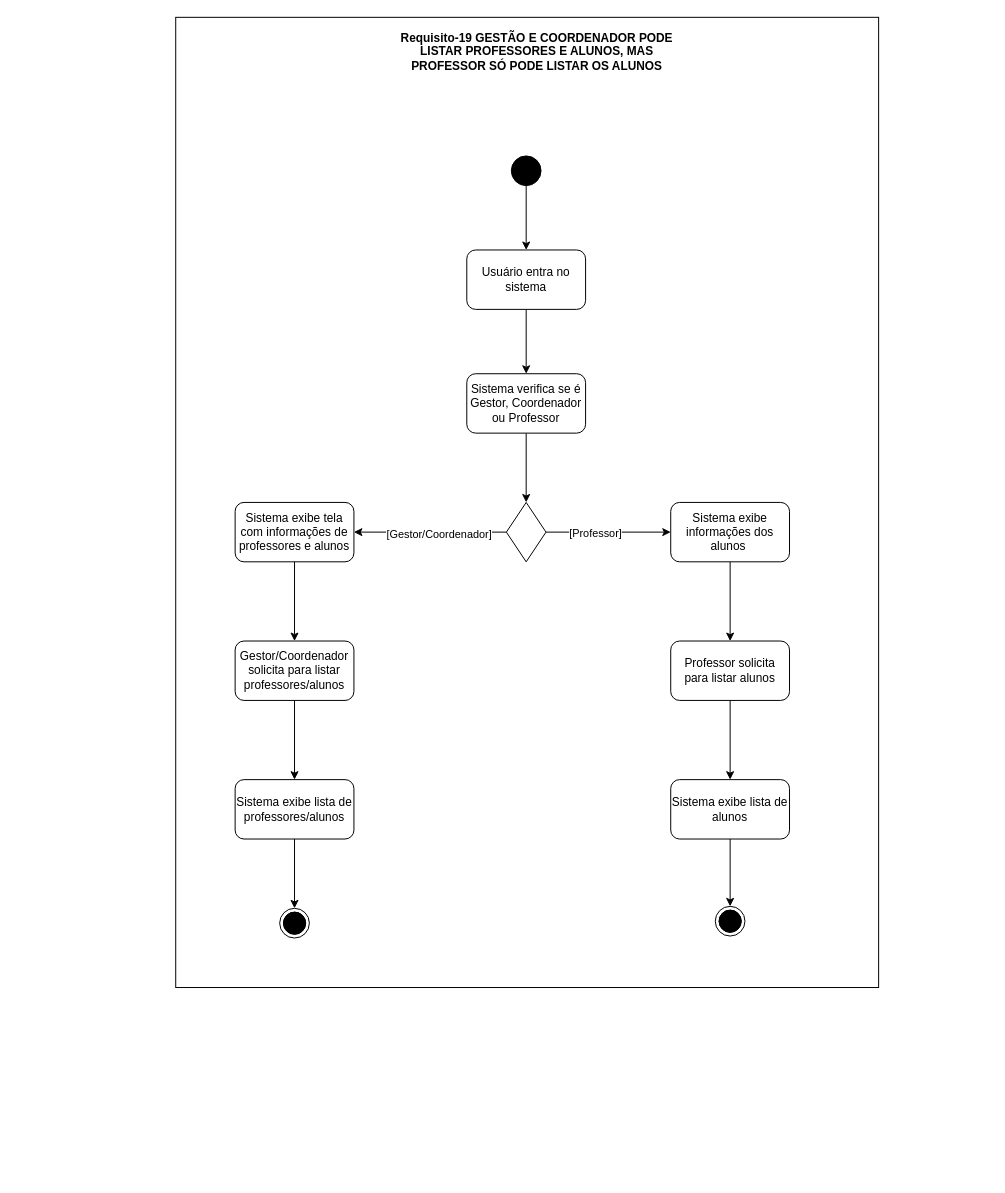
LizReis/An-lise-de-Sistemas keeps this draw.io diagram as Requisito-19.drawio. Above is the earlier version. Source tidied: cells renumbered, new cells numbered last; positions are measured from the earlier drawing's top-left corner, leaving out a move shared by most shapes. Both pictures are drawn from the tidied source at 99%, with x=0, y=0 at pixel (175, 17).
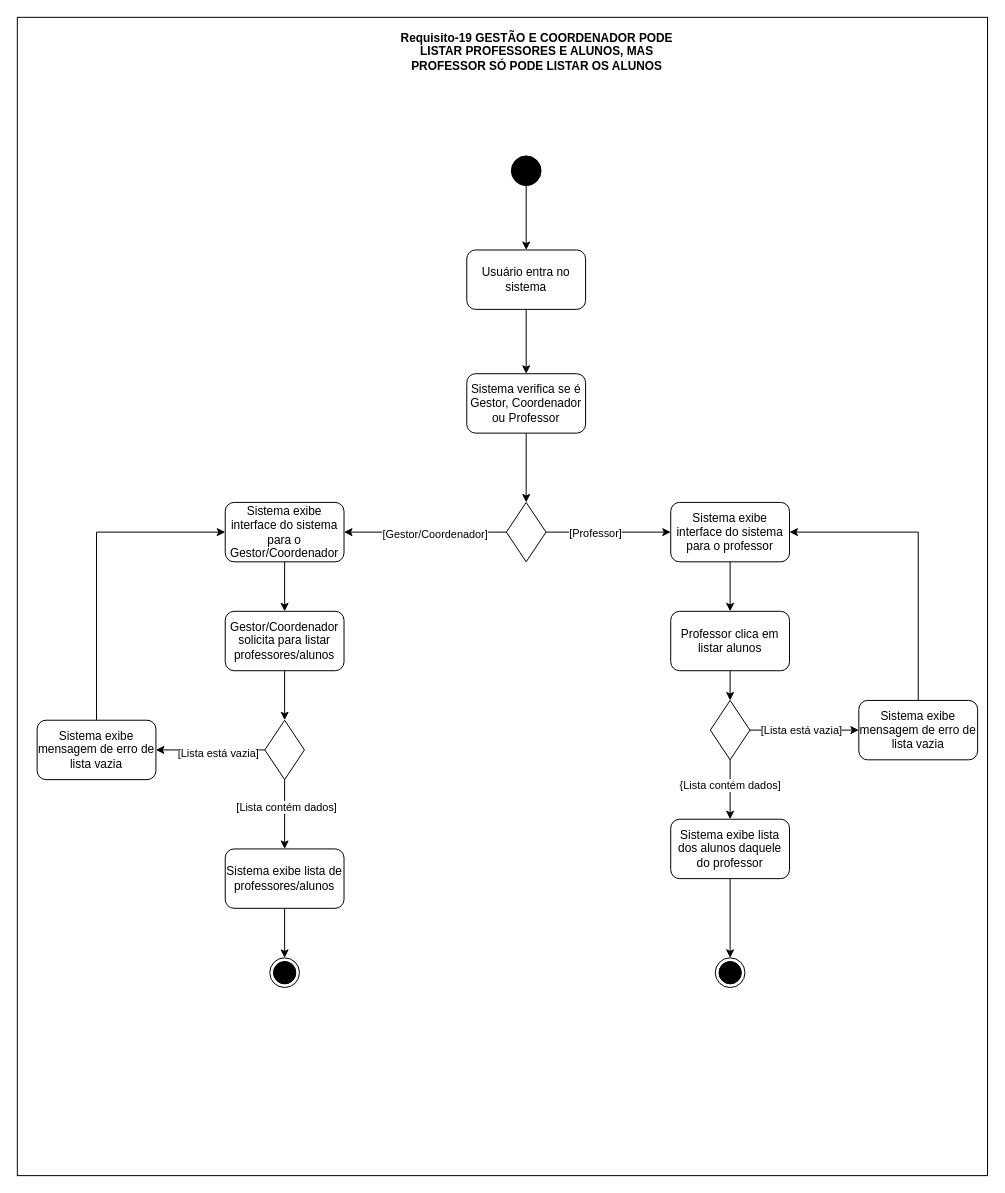
The same diagram, later.

Unchanged cells that the change refers to:
```xml
<mxCell id="14" style="rhombus;whiteSpace=wrap;html=1;" parent="1" vertex="1">
  <mxGeometry x="334" y="490" width="40" height="60" as="geometry" />
</mxCell>
<mxCell id="31" style="ellipse;shape=doubleEllipse;whiteSpace=wrap;html=1;fillColor=#FFFFFF;" parent="30" vertex="1">
  <mxGeometry width="30" height="30" as="geometry" />
</mxCell>
```

The edit, as a diff of the source:
```diff
@@
     <mxCell id="2" style="rounded=0;whiteSpace=wrap;html=1;" parent="1" vertex="1">
-      <mxGeometry width="710" height="980" as="geometry" />
+      <mxGeometry x="-160" width="980" height="1170" as="geometry" />
     </mxCell>
@@
-    <mxCell id="12" style="edgeStyle=orthogonalEdgeStyle;rounded=0;jettySize=auto;html=1;exitX=0;exitY=0.5;exitDx=0;exitDy=0;" parent="1" edge="1" source="14" target="18">
+    <mxCell id="12" style="edgeStyle=orthogonalEdgeStyle;rounded=0;jettySize=auto;html=1;exitX=0;exitY=0.5;exitDx=0;exitDy=0;entryX=1;entryY=0.5;entryDx=0;entryDy=0;" parent="1" edge="1" source="14" target="37">
       <mxGeometry relative="1" as="geometry" />
     </mxCell>
@@
-    <mxCell id="16" value="Sistema exibe informações dos alunos&amp;nbsp;" style="whiteSpace=wrap;html=1;fillColor=#FFFFFF;rounded=1;" parent="1" vertex="1">
+    <mxCell id="16" value="Sistema exibe interface do sistema para o professor" style="whiteSpace=wrap;html=1;fillColor=#FFFFFF;rounded=1;" parent="1" vertex="1">
       <mxGeometry x="500" y="490" width="120" height="60" as="geometry" />
     </mxCell>
-    <mxCell id="17" style="edgeStyle=orthogonalEdgeStyle;rounded=0;jettySize=auto;html=1;" parent="1" edge="1" source="18" target="20">
+    <mxCell id="17" style="edgeStyle=orthogonalEdgeStyle;rounded=0;jettySize=auto;html=1;exitX=0.5;exitY=1;exitDx=0;exitDy=0;exitPerimeter=0;" parent="1" edge="1" source="37" target="20">
       <mxGeometry relative="1" as="geometry" />
     </mxCell>
-    <mxCell id="18" value="Sistema exibe tela com informações de professores e alunos" style="whiteSpace=wrap;html=1;fillColor=#FFFFFF;rounded=1;" parent="1" vertex="1">
-      <mxGeometry x="60" y="490" width="120" height="60" as="geometry" />
-    </mxCell>
-    <mxCell id="19" style="edgeStyle=orthogonalEdgeStyle;rounded=0;jettySize=auto;html=1;" parent="1" edge="1" source="20" target="24">
-      <mxGeometry relative="1" as="geometry" />
-    </mxCell>
+    <mxCell id="33" style="edgeStyle=orthogonalEdgeStyle;rounded=0;jettySize=auto;html=1;exitX=0.5;exitY=1;exitDx=0;exitDy=0;entryX=0.5;entryY=0;entryDx=0;entryDy=0;" parent="1" edge="1" source="20" target="42">
+      <mxGeometry relative="1" as="geometry" />
+    </mxCell>
     <mxCell id="20" value="Gestor/Coordenador solicita para listar professores/alunos" style="whiteSpace=wrap;html=1;fillColor=#FFFFFF;rounded=1;" parent="1" vertex="1">
-      <mxGeometry x="60" y="630" width="120" height="60" as="geometry" />
+      <mxGeometry x="50" y="600" width="120" height="60" as="geometry" />
     </mxCell>
-    <mxCell id="21" style="edgeStyle=orthogonalEdgeStyle;rounded=0;jettySize=auto;html=1;" parent="1" edge="1" source="22" target="29">
-      <mxGeometry relative="1" as="geometry" />
-    </mxCell>
+    <mxCell id="34" style="edgeStyle=orthogonalEdgeStyle;rounded=0;jettySize=auto;html=1;exitX=0.5;exitY=1;exitDx=0;exitDy=0;entryX=0.5;entryY=0;entryDx=0;entryDy=0;" parent="1" edge="1" source="22" target="49">
+      <mxGeometry relative="1" as="geometry" />
+    </mxCell>
-    <mxCell id="22" value="Professor solicita para listar alunos" style="whiteSpace=wrap;html=1;fillColor=#FFFFFF;rounded=1;" parent="1" vertex="1">
-      <mxGeometry x="500" y="630" width="120" height="60" as="geometry" />
+    <mxCell id="22" value="Professor clica em listar alunos" style="whiteSpace=wrap;html=1;fillColor=#FFFFFF;rounded=1;" parent="1" vertex="1">
+      <mxGeometry x="500" y="600" width="120" height="60" as="geometry" />
     </mxCell>
@@
     <mxCell id="24" value="Sistema exibe lista de professores/alunos" style="whiteSpace=wrap;html=1;fillColor=#FFFFFF;rounded=1;" parent="1" vertex="1">
-      <mxGeometry x="60" y="770" width="120" height="60" as="geometry" />
+      <mxGeometry x="50" y="840" width="120" height="60" as="geometry" />
     </mxCell>
     <mxCell id="25" style="group;" parent="1" vertex="1">
-      <mxGeometry x="105" y="900" width="30" height="30" as="geometry" />
+      <mxGeometry x="95" y="950" width="30" height="30" as="geometry" />
     </mxCell>
@@
-    <mxCell id="28" style="edgeStyle=orthogonalEdgeStyle;rounded=0;jettySize=auto;html=1;exitX=0.5;exitY=1;exitDx=0;exitDy=0;entryX=0.5;entryY=0;entryDx=0;entryDy=0;" parent="1" edge="1" source="29" target="31">
-      <mxGeometry relative="1" as="geometry" />
-    </mxCell>
-    <mxCell id="29" value="Sistema exibe lista de alunos" style="whiteSpace=wrap;html=1;fillColor=#FFFFFF;rounded=1;" parent="1" vertex="1">
-      <mxGeometry x="500" y="770" width="120" height="60" as="geometry" />
-    </mxCell>
     <mxCell id="30" style="group;" parent="1" vertex="1">
-      <mxGeometry x="545" y="898" width="30" height="30" as="geometry" />
+      <mxGeometry x="545" y="950" width="30" height="30" as="geometry" />
     </mxCell>
@@
+    <mxCell id="35" style="edgeStyle=orthogonalEdgeStyle;rounded=0;jettySize=auto;html=1;entryX=0.5;entryY=0;entryDx=0;entryDy=0;" parent="1" edge="1" source="36" target="31">
+      <mxGeometry relative="1" as="geometry" />
+    </mxCell>
+    <mxCell id="36" value="Sistema exibe lista dos alunos daquele do professor" style="whiteSpace=wrap;html=1;fillColor=#FFFFFF;rounded=1;" parent="1" vertex="1">
+      <mxGeometry x="500" y="810" width="120" height="60" as="geometry" />
+    </mxCell>
+    <mxCell id="37" value="Sistema exibe interface do sistema para o Gestor/Coordenador" style="whiteSpace=wrap;html=1;fillColor=#FFFFFF;rounded=1;" parent="1" vertex="1">
+      <mxGeometry x="50" y="490" width="120" height="60" as="geometry" />
+    </mxCell>
+    <mxCell id="38" style="edgeStyle=orthogonalEdgeStyle;rounded=0;jettySize=auto;html=1;" parent="1" edge="1" source="42" target="44">
+      <mxGeometry relative="1" as="geometry" />
+    </mxCell>
+    <mxCell id="39" value="[Lista está vazia]" style="edgeLabel;html=1;align=center;verticalAlign=middle;" parent="38" vertex="1">
+      <mxGeometry x="-0.12" y="3" relative="1" as="geometry" />
+    </mxCell>
+    <mxCell id="40" style="edgeStyle=orthogonalEdgeStyle;rounded=0;jettySize=auto;html=1;exitX=0.5;exitY=1;exitDx=0;exitDy=0;" parent="1" edge="1" source="42" target="24">
+      <mxGeometry relative="1" as="geometry" />
+    </mxCell>
+    <mxCell id="41" value="[Lista contém dados]" style="edgeLabel;html=1;align=center;verticalAlign=middle;" parent="40" vertex="1">
+      <mxGeometry x="-0.23" y="1" relative="1" as="geometry" />
+    </mxCell>
+    <mxCell id="42" style="rhombus;whiteSpace=wrap;html=1;" parent="1" vertex="1">
+      <mxGeometry x="90" y="710" width="40" height="60" as="geometry" />
+    </mxCell>
+    <mxCell id="43" style="edgeStyle=orthogonalEdgeStyle;rounded=0;jettySize=auto;html=1;exitX=0.5;exitY=0;exitDx=0;exitDy=0;entryX=0;entryY=0.5;entryDx=0;entryDy=0;" parent="1" edge="1" source="44" target="37">
+      <mxGeometry relative="1" as="geometry" />
+    </mxCell>
+    <mxCell id="44" value="Sistema exibe mensagem de erro de lista vazia" style="rounded=1;whiteSpace=wrap;html=1;" parent="1" vertex="1">
+      <mxGeometry x="-140" y="710" width="120" height="60" as="geometry" />
+    </mxCell>
+    <mxCell id="45" style="edgeStyle=orthogonalEdgeStyle;rounded=0;jettySize=auto;html=1;exitX=0.5;exitY=1;exitDx=0;exitDy=0;entryX=0.5;entryY=0;entryDx=0;entryDy=0;" parent="1" edge="1" source="49" target="36">
+      <mxGeometry relative="1" as="geometry" />
+    </mxCell>
+    <mxCell id="46" value="{Lista contém dados]" style="edgeLabel;html=1;align=center;verticalAlign=middle;" parent="45" vertex="1">
+      <mxGeometry x="-0.17" y="-1" relative="1" as="geometry" />
+    </mxCell>
+    <mxCell id="47" style="edgeStyle=orthogonalEdgeStyle;rounded=0;jettySize=auto;html=1;" parent="1" edge="1" source="49" target="51">
+      <mxGeometry relative="1" as="geometry" />
+    </mxCell>
+    <mxCell id="48" value="[Lista está vazia]" style="edgeLabel;html=1;align=center;verticalAlign=middle;" parent="47" vertex="1">
+      <mxGeometry x="-0.07" y="1" relative="1" as="geometry" />
+    </mxCell>
+    <mxCell id="49" style="rhombus;whiteSpace=wrap;html=1;" parent="1" vertex="1">
+      <mxGeometry x="540" y="690" width="40" height="60" as="geometry" />
+    </mxCell>
+    <mxCell id="50" style="edgeStyle=orthogonalEdgeStyle;rounded=0;jettySize=auto;html=1;exitX=0.5;exitY=0;exitDx=0;exitDy=0;entryX=1;entryY=0.5;entryDx=0;entryDy=0;" parent="1" edge="1" source="51" target="16">
+      <mxGeometry relative="1" as="geometry" />
+    </mxCell>
+    <mxCell id="51" value="Sistema exibe mensagem de erro de lista vazia" style="rounded=1;whiteSpace=wrap;html=1;" parent="1" vertex="1">
+      <mxGeometry x="690" y="690" width="120" height="60" as="geometry" />
+    </mxCell>
```
